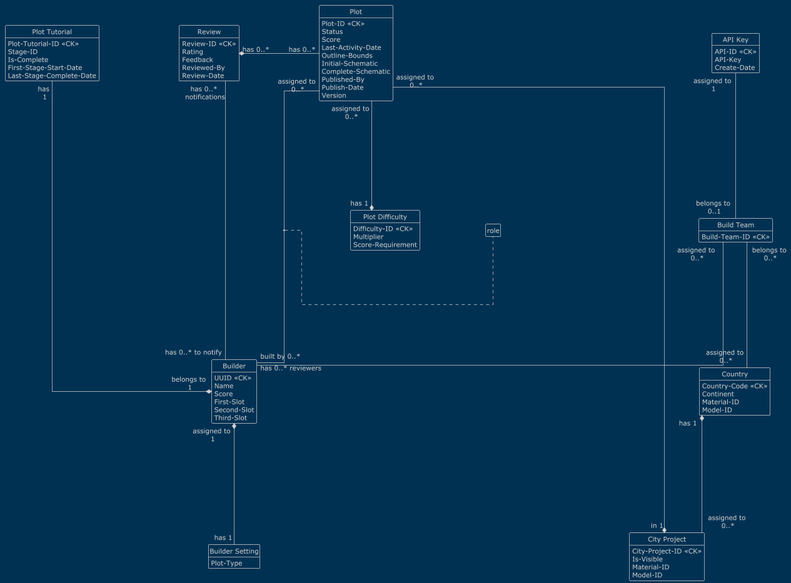
This is conceptual-db.png from AlpsBTE/Plot-System-DB, a PlantUML export, as it was before one commit. Source of this version:
```plantuml
@startuml
skinparam nodesep 150
skinparam ranksep 250
skinparam defaultFontSize 15

skinparam linetype ortho

hide circle
hide empty members
!theme blueprint

entity "API Key" as api_key {
    API-ID <<CK>>
    API-Key
    Create-Date
}

entity "Build Team" as build_team {
    Build-Team-ID <<CK>>
}

entity "Country" as country {
    Country-Code <<CK>>
    Continent
    Material-ID
    Model-ID
}

entity "City Project" as city_project {
    City-Project-ID <<CK>>
    Is-Visible
    Material-ID
    Model-ID
}

entity "Builder" as builder {
    UUID <<CK>>
    Name
    Score
    First-Slot
    Second-Slot
    Third-Slot
}

entity "Builder Setting" as builder_setting {
    Plot-Type
}

entity "Plot Difficulty" as plot_difficulty {
    Difficulty-ID <<CK>>
    Multiplier
    Score-Requirement
}

entity "Plot" as plot {
    Plot-ID <<CK>>
    Status
    Score
    Last-Activity-Date
    Outline-Bounds
    Initial-Schematic
    Complete-Schematic
    Published-By
    Publish-Date
    Version
}

entity "Plot Tutorial" as plot_tutorial {
    Plot-Tutorial-ID <<CK>>
    Stage-ID
    Is-Complete
    First-Stage-Start-Date
    Last-Stage-Complete-Date
}

entity "Review" as review {
    Review-ID <<CK>>
    Rating
    Feedback
    Reviewed-By
    Review-Date
}

api_key "assigned to \n1" -- "belongs to \n0..1" build_team

build_team "belongs to \n0..*" -- "assigned to \n0..*" country
build_team "assigned to \n0..*" -- "has 0..* reviewers" builder
review "has 0..*\n notifications" -- "has 0..* to notify" builder
review "has 0..*" *- "has 0..*" plot

country "has 1" *-- "assigned to \n0..*" city_project

builder "assigned to \n1" *-- "has 1" builder_setting

plot "assigned to\n 0..*" -- "built by 0..*" builder
(plot, builder) . role

plot "assigned to \n0..*" --* "in 1" city_project
plot "assigned to \n0..*" --* "has 1" plot_difficulty

plot_tutorial "has \n1" ---* "belongs to \n1" builder
@enduml
```
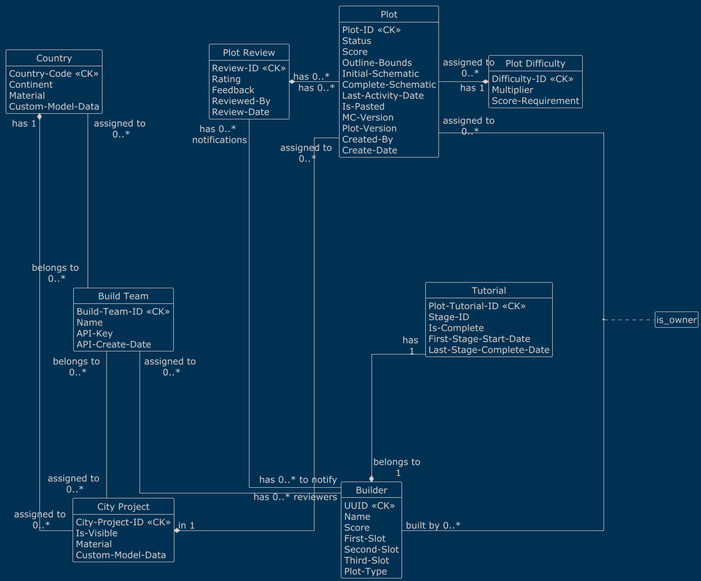
Above is the later version.

Change to the diagram source:
```diff
@@ -1,7 +1,7 @@
 @startuml
-skinparam nodesep 150
+skinparam nodesep 100
 skinparam ranksep 250
-skinparam defaultFontSize 15
+skinparam defaultFontSize 18
 
 skinparam linetype ortho
 
@@ -9,28 +9,25 @@
 hide empty members
 !theme blueprint
 
-entity "API Key" as api_key {
-    API-ID <<CK>>
-    API-Key
-    Create-Date
-}
-
 entity "Build Team" as build_team {
     Build-Team-ID <<CK>>
+    Name
+    API-Key
+    API-Create-Date
 }
 
 entity "Country" as country {
     Country-Code <<CK>>
     Continent
-    Material-ID
-    Model-ID
+    Material
+    Custom-Model-Data
 }
 
 entity "City Project" as city_project {
     City-Project-ID <<CK>>
     Is-Visible
-    Material-ID
-    Model-ID
+    Material
+    Custom-Model-Data
 }
 
 entity "Builder" as builder {
@@ -40,9 +37,6 @@
     First-Slot
     Second-Slot
     Third-Slot
-}
-
-entity "Builder Setting" as builder_setting {
     Plot-Type
 }
 
@@ -56,16 +50,18 @@
     Plot-ID <<CK>>
     Status
     Score
-    Last-Activity-Date
     Outline-Bounds
     Initial-Schematic
     Complete-Schematic
-    Published-By
-    Publish-Date
-    Version
+    Last-Activity-Date
+    Is-Pasted
+    MC-Version
+    Plot-Version
+    Created-By
+    Create-Date
 }
 
-entity "Plot Tutorial" as plot_tutorial {
+entity "Tutorial" as tutorial {
     Plot-Tutorial-ID <<CK>>
     Stage-ID
     Is-Complete
@@ -73,7 +69,7 @@
     Last-Stage-Complete-Date
 }
 
-entity "Review" as review {
+entity "Plot Review" as plot_review {
     Review-ID <<CK>>
     Rating
     Feedback
@@ -81,22 +77,19 @@
     Review-Date
 }
 
-api_key "assigned to \n1" -- "belongs to \n0..1" build_team
-
-build_team "belongs to \n0..*" -- "assigned to \n0..*" country
+build_team "belongs to \n0..*" -up- "assigned to \n0..*" country
+build_team "belongs to \n0..*" -- "assigned to \n0..*" city_project
 build_team "assigned to \n0..*" -- "has 0..* reviewers" builder
-review "has 0..*\n notifications" -- "has 0..* to notify" builder
-review "has 0..*" *- "has 0..*" plot
+plot_review "has 0..*\n notifications" -- "has 0..* to notify" builder
+plot_review "has 0..*" *- "has 0..*" plot
 
 country "has 1" *-- "assigned to \n0..*" city_project
 
-builder "assigned to \n1" *-- "has 1" builder_setting
-
 plot "assigned to\n 0..*" -- "built by 0..*" builder
-(plot, builder) . role
+(plot, builder) . is_owner
 
 plot "assigned to \n0..*" --* "in 1" city_project
-plot "assigned to \n0..*" --* "has 1" plot_difficulty
+plot "assigned to \n0..*" -right* "has 1" plot_difficulty
 
-plot_tutorial "has \n1" ---* "belongs to \n1" builder
+tutorial "has \n1" --* "belongs to \n1" builder
 @enduml
```
